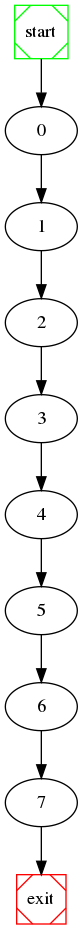
This is wpc/raw_graph.png from NabeelQaiser/BTP_2k18-19, a Graphviz export, as it was before one commit. Its source is kept beside it as wpc/raw_graph.dot.
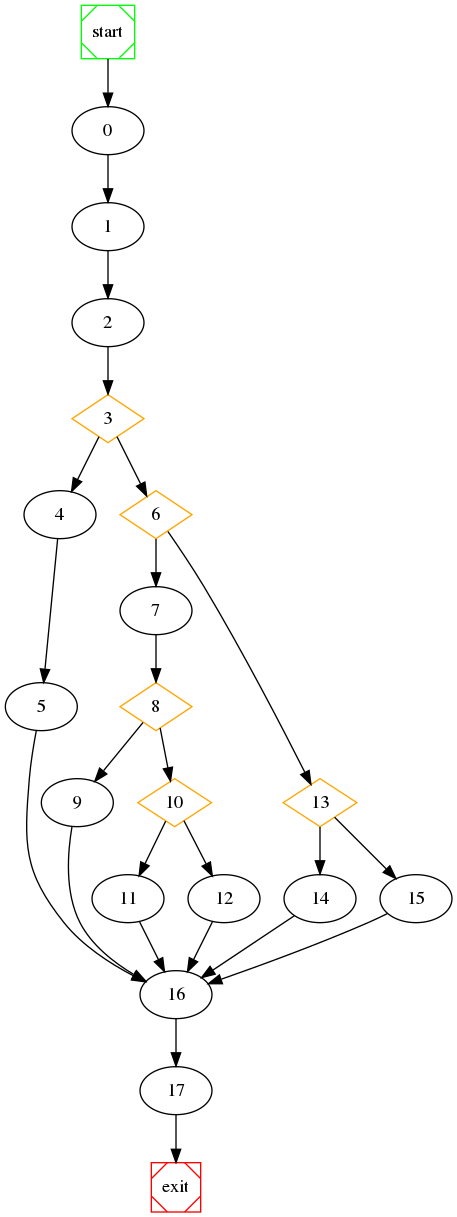
After the change.

Diff of the diagram source:
```diff
@@ -3,12 +3,32 @@
 	start -> 0;
 	0 -> 1 ;
 	1 -> 2 ;
+	3 [shape=diamond, color=orange] ;
+	4 -> 5 ;
+	3 -> 4 ;
+	6 [shape=diamond, color=orange] ;
+	3 -> 6 ;
+	8 [shape=diamond, color=orange] ;
+	8 -> 9 ;
+	10 [shape=diamond, color=orange] ;
+	8 -> 10 ;
+	10 -> 11 ;
+	10 -> 12 ;
+	7 -> 8 ;
+	6 -> 7 ;
+	13 [shape=diamond, color=orange] ;
+	6 -> 13 ;
+	13 -> 14 ;
+	13 -> 15 ;
 	2 -> 3 ;
-	3 -> 4 ;
-	4 -> 5 ;
-	5 -> 6 ;
-	6 -> 7 ;
-	7 -> exit;
+	15 -> 16 ;
+	5 -> 16 ;
+	11 -> 16 ;
+	14 -> 16 ;
+	12 -> 16 ;
+	9 -> 16 ;
+	16 -> 17 ;
+	17 -> exit;
 
 	start [shape=Msquare, color=green];
 	exit [shape=Msquare, color=red];
```
